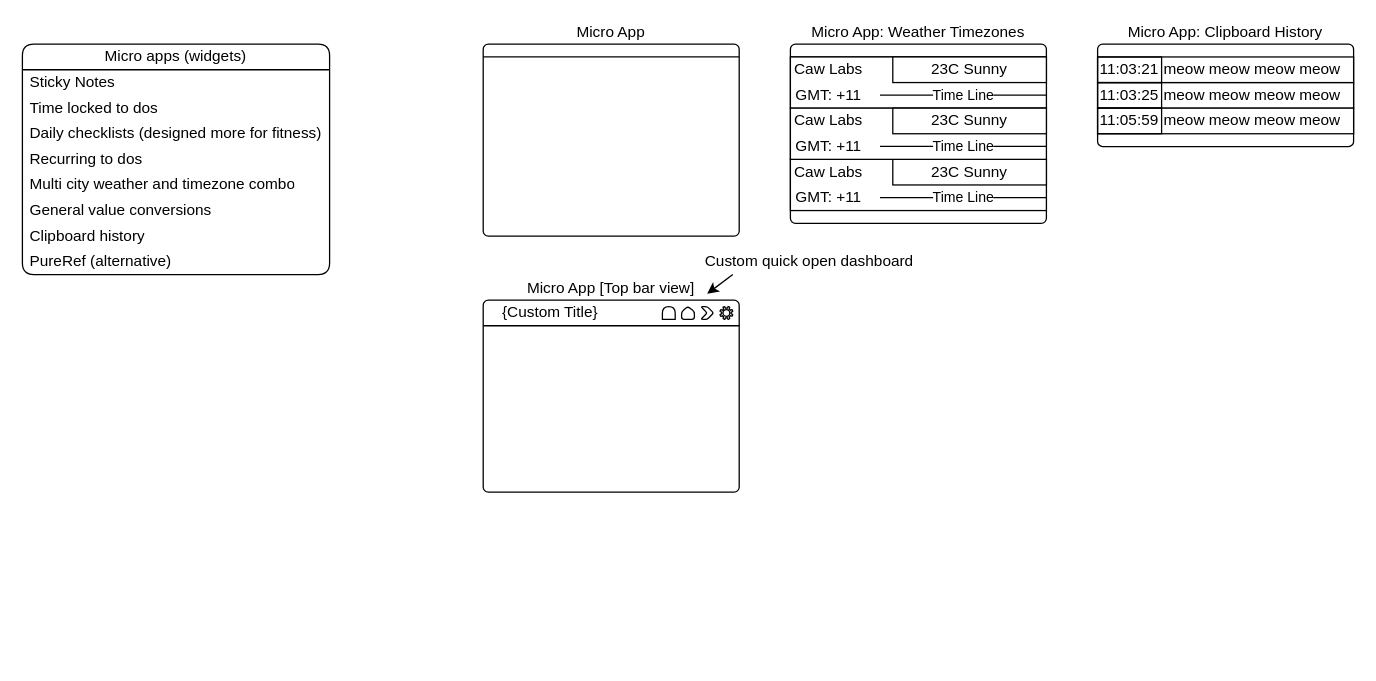
CawLabs/Pipit keeps this draw.io diagram as page "Brainstorm" (2 of 2) of Documentation/Pipit.drawio. Above is the earlier version. Source tidied: cells renumbered, new cells numbered last; positions are measured from the earlier drawing's top-left corner, leaving out a move shared by most shapes. Both pictures are drawn from the tidied source at 128%, with x=0, y=0 at pixel (22, 44).
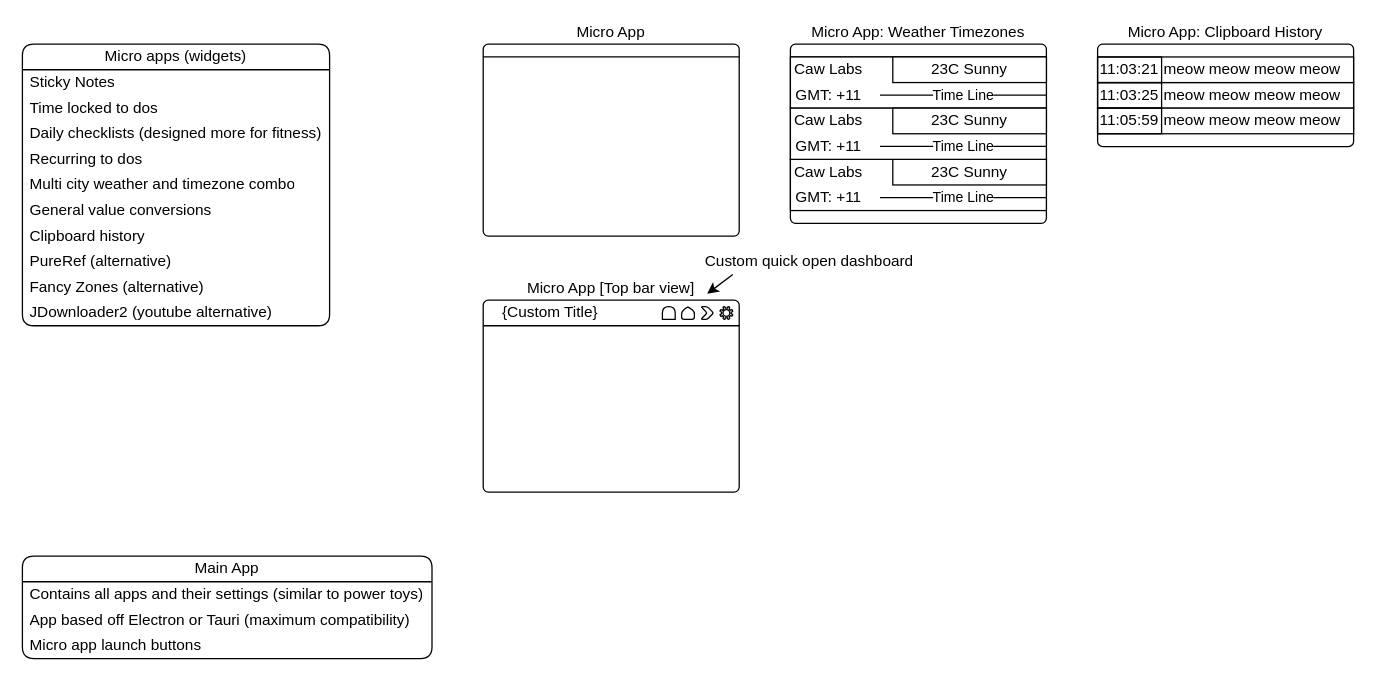
Above is the later version.

Commit message:
Added More micro app ideas & Added Main app ideas

Change to the diagram source:
```diff
@@
     <mxCell id="2" value="Micro apps (widgets)" style="swimlane;fontStyle=0;horizontal=1;startSize=20;whiteSpace=wrap;html=1;rounded=1;swimlaneLine=1;shadow=0;" parent="1" vertex="1">
-      <mxGeometry width="240" height="180" as="geometry" />
+      <mxGeometry width="240" height="220" as="geometry" />
     </mxCell>
@@
+    <mxCell id="49" value="Fancy Zones (alternative)" style="text;strokeColor=none;fillColor=none;align=left;verticalAlign=middle;spacingLeft=4;spacingRight=4;overflow=hidden;whiteSpace=wrap;html=1;" parent="2" vertex="1">
+      <mxGeometry y="180" width="240" height="20" as="geometry" />
+    </mxCell>
+    <mxCell id="50" value="JDownloader2 (youtube&amp;nbsp;&lt;span style=&quot;background-color: transparent; color: light-dark(rgb(0, 0, 0), rgb(255, 255, 255));&quot;&gt;alternative)&lt;/span&gt;" style="text;strokeColor=none;fillColor=none;align=left;verticalAlign=middle;spacingLeft=4;spacingRight=4;overflow=hidden;whiteSpace=wrap;html=1;" parent="2" vertex="1">
+      <mxGeometry y="200" width="240" height="20" as="geometry" />
+    </mxCell>
@@
+    <mxCell id="51" value="Main App" style="swimlane;fontStyle=0;horizontal=1;startSize=20;whiteSpace=wrap;html=1;rounded=1;swimlaneLine=1;shadow=0;" parent="1" vertex="1">
+      <mxGeometry y="400" width="320" height="80" as="geometry" />
+    </mxCell>
+    <mxCell id="52" value="Contains all apps and their settings (similar to power toys)" style="text;strokeColor=none;fillColor=none;align=left;verticalAlign=middle;spacingLeft=4;spacingRight=4;overflow=hidden;whiteSpace=wrap;html=1;" parent="51" vertex="1">
+      <mxGeometry y="20" width="320" height="20" as="geometry" />
+    </mxCell>
+    <mxCell id="53" value="App based off Electron or Tauri (maximum compatibility)" style="text;strokeColor=none;fillColor=none;align=left;verticalAlign=middle;spacingLeft=4;spacingRight=4;overflow=hidden;whiteSpace=wrap;html=1;" parent="51" vertex="1">
+      <mxGeometry y="40" width="320" height="20" as="geometry" />
+    </mxCell>
+    <mxCell id="54" value="Micro app launch buttons" style="text;strokeColor=none;fillColor=none;align=left;verticalAlign=middle;spacingLeft=4;spacingRight=4;overflow=hidden;whiteSpace=wrap;html=1;" parent="51" vertex="1">
+      <mxGeometry y="60" width="320" height="20" as="geometry" />
+    </mxCell>
```
